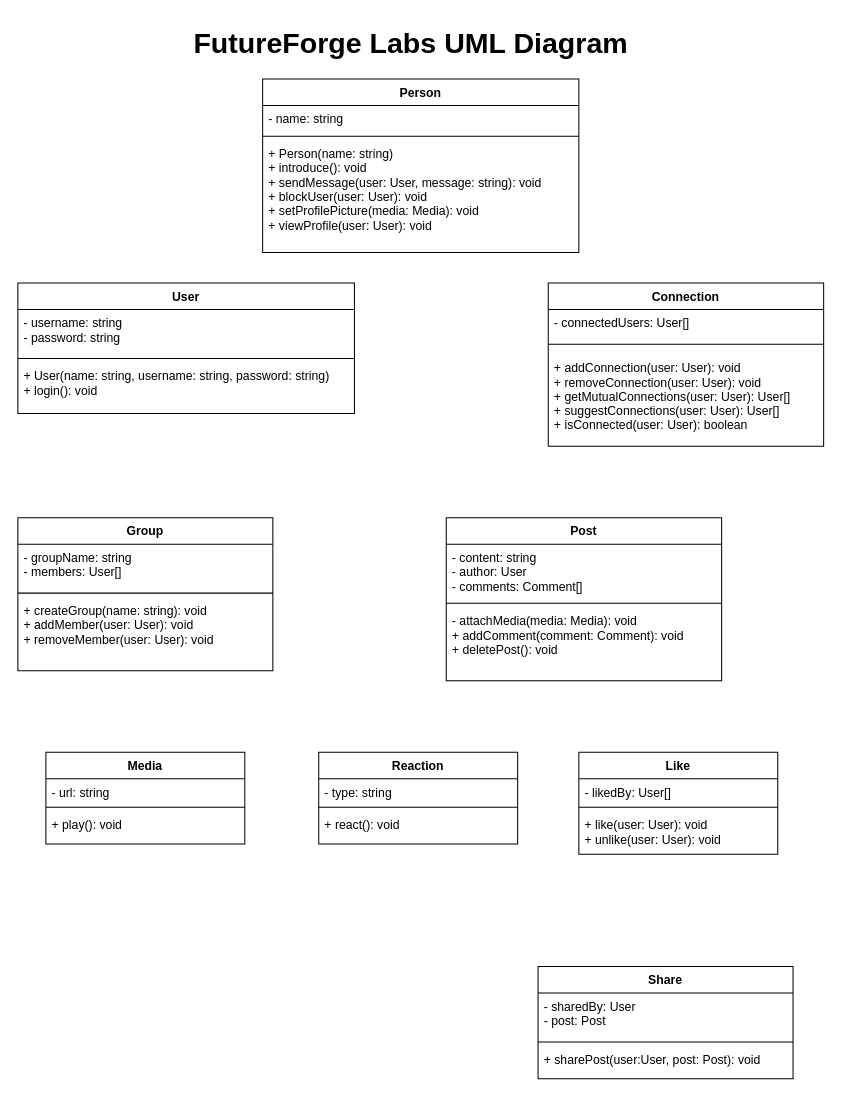
This is docs/futureforge/futureforgeuml.drawio from BlazerLabs/CSC-3105-22-23-Project-Repo, a draw.io file, before an edit. Source tidied: cells renumbered, new cells numbered last; positions are measured from the earlier drawing's top-left corner, leaving out a move shared by most shapes. Both pictures are drawn from the tidied source at 102%, with x=0, y=0 at pixel (17, 17).
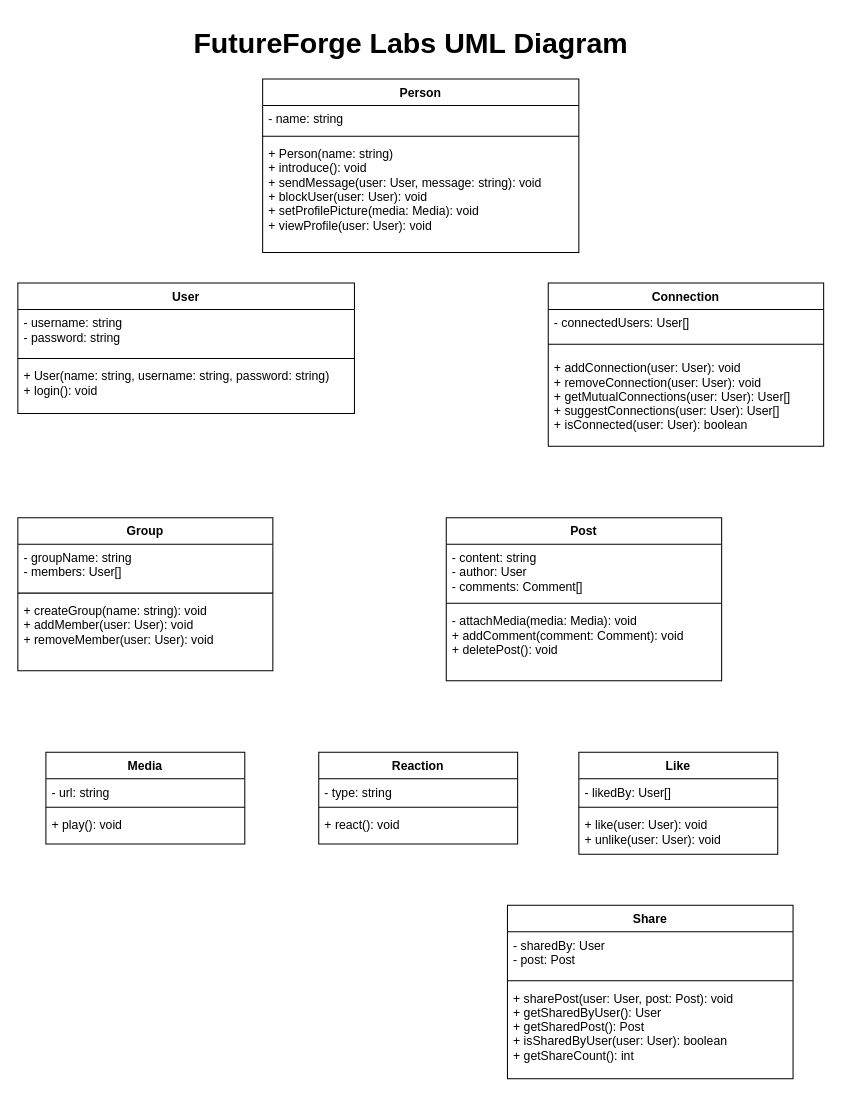
The same page after the edit.

Commit message:
Updated the Share UML Entity

What changed in the source:
```diff
@@
     <mxCell id="15" value="Share" style="swimlane;fontStyle=1;align=center;verticalAlign=top;horizontal=1;startSize=26;" parent="1" vertex="1">
-      <mxGeometry x="510" y="930" width="250" height="110" as="geometry" />
+      <mxGeometry x="480" y="870" width="280" height="170" as="geometry" />
     </mxCell>
     <mxCell id="16" value="- sharedBy: User&#10;- post: Post" style="text;strokeColor=none;fillColor=none;align=left;verticalAlign=top;spacingLeft=4;spacingRight=4;overflow=hidden;" parent="15" vertex="1">
-      <mxGeometry y="26" width="250" height="44" as="geometry" />
+      <mxGeometry y="26" width="280" height="44" as="geometry" />
     </mxCell>
     <mxCell id="17" style="line;strokeWidth=1;fillColor=none;align=left;verticalAlign=middle;spacingTop=-1;spacingLeft=3;spacingRight=3;labelPosition=right;strokeColor=inherit;" parent="15" vertex="1">
-      <mxGeometry y="70" width="250" height="8" as="geometry" />
+      <mxGeometry y="70" width="280" height="8" as="geometry" />
     </mxCell>
-    <mxCell id="18" value="+ sharePost(user:User, post: Post): void" style="text;strokeColor=none;fillColor=none;align=left;verticalAlign=top;spacingLeft=4;spacingRight=4;overflow=hidden;" parent="15" vertex="1">
-      <mxGeometry y="78" width="250" height="32" as="geometry" />
+    <mxCell id="18" value="+ sharePost(user: User, post: Post): void             &#10; + getSharedByUser(): User                             &#10; + getSharedPost(): Post                               &#10; + isSharedByUser(user: User): boolean                 &#10; + getShareCount(): int" style="text;strokeColor=none;fillColor=none;align=left;verticalAlign=top;spacingLeft=4;spacingRight=4;overflow=hidden;" parent="15" vertex="1">
+      <mxGeometry y="78" width="280" height="92" as="geometry" />
     </mxCell>
```
